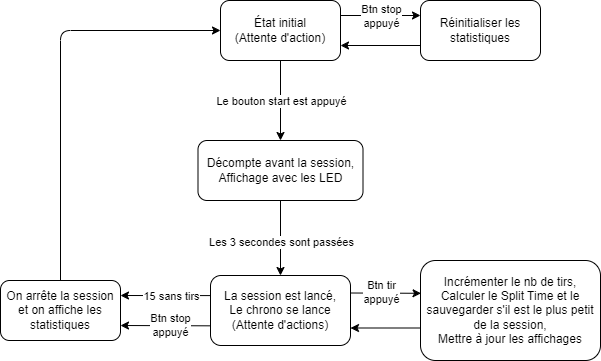
Earlier version of the draw.io export cours/iut/but1/sin/diagram_mini_projet.png (mateis-rgb/learning). Source tidied: cells renumbered, new cells last; positions are measured from the earlier drawing's top-left corner, leaving out a move shared by most shapes.
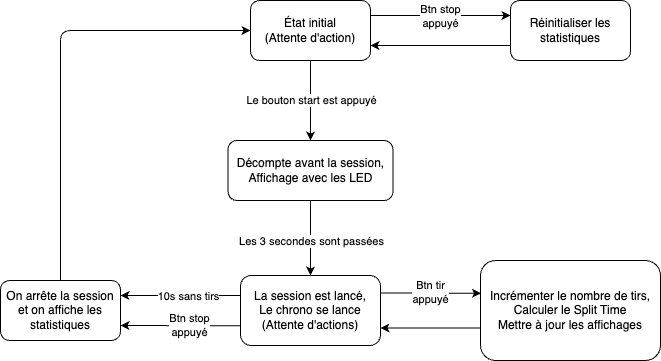
The same file after the commit.

What changed in the source:
```diff
@@ -15,7 +15,7 @@
     </mxCell>
     <mxCell id="5" value="Btn stop &lt;br&gt;appuyé" style="edgeLabel;html=1;align=center;verticalAlign=middle;" parent="4" vertex="1">
       <mxGeometry x="0.34" y="1" relative="1" as="geometry">
-        <mxPoint x="-13" y="1" as="offset" />
+        <mxPoint x="-24" y="1" as="offset" />
       </mxGeometry>
     </mxCell>
     <mxCell id="6" value="État initial&lt;br&gt;(Attente d'action)" style="rounded=1;whiteSpace=wrap;html=1;" parent="1" vertex="1">
@@ -37,13 +37,13 @@
     </mxCell>
     <mxCell id="11" value="Btn tir&lt;br&gt;appuyé" style="edgeLabel;html=1;align=center;verticalAlign=middle;" parent="10" vertex="1">
       <mxGeometry x="-0.48" y="1" relative="1" as="geometry">
-        <mxPoint x="12" as="offset" />
+        <mxPoint x="24" as="offset" />
       </mxGeometry>
     </mxCell>
     <mxCell id="12" style="edgeStyle=none;html=1;exitX=0.001;exitY=0.287;exitDx=0;exitDy=0;entryX=1;entryY=0.25;entryDx=0;entryDy=0;exitPerimeter=0;" parent="1" edge="1" source="16" target="20">
       <mxGeometry relative="1" as="geometry" />
     </mxCell>
-    <mxCell id="13" value="15 sans tirs" style="edgeLabel;html=1;align=center;verticalAlign=middle;" parent="12" vertex="1">
+    <mxCell id="13" value="10s sans tirs" style="edgeLabel;html=1;align=center;verticalAlign=middle;" parent="12" vertex="1">
       <mxGeometry x="-0.18" relative="1" as="geometry">
         <mxPoint x="-3" as="offset" />
       </mxGeometry>
@@ -62,24 +62,24 @@
     <mxCell id="17" style="edgeStyle=none;html=1;entryX=1;entryY=0.75;entryDx=0;entryDy=0;exitX=0.003;exitY=0.675;exitDx=0;exitDy=0;exitPerimeter=0;" parent="1" edge="1" source="18" target="16">
       <mxGeometry relative="1" as="geometry" />
     </mxCell>
-    <mxCell id="18" value="Incrémenter le nb de tirs,&lt;br&gt;Calculer le Split Time et le sauvegarder s'il est le plus petit de la session,&lt;br&gt;Mettre à jour les affichages" style="whiteSpace=wrap;html=1;rounded=1;" parent="1" vertex="1">
-      <mxGeometry x="420" y="260" width="180" height="100" as="geometry" />
+    <mxCell id="18" value="Incrémenter le nombre de tirs,&lt;br&gt;Calculer le Split Time&lt;br&gt;Mettre à jour les affichages" style="whiteSpace=wrap;html=1;rounded=1;" parent="1" vertex="1">
+      <mxGeometry x="450" y="260" width="180" height="100" as="geometry" />
     </mxCell>
     <mxCell id="19" style="edgeStyle=none;html=1;exitX=0.5;exitY=0;exitDx=0;exitDy=0;entryX=0;entryY=0.5;entryDx=0;entryDy=0;" parent="1" edge="1" source="20" target="6">
       <mxGeometry relative="1" as="geometry">
         <Array as="points">
-          <mxPoint x="60" y="30" />
+          <mxPoint x="30" y="30" />
         </Array>
       </mxGeometry>
     </mxCell>
     <mxCell id="20" value="On arrête la session et on affiche les statistiques" style="whiteSpace=wrap;html=1;rounded=1;" parent="1" vertex="1">
-      <mxGeometry y="280" width="120" height="60" as="geometry" />
+      <mxGeometry x="-30" y="280" width="120" height="60" as="geometry" />
     </mxCell>
     <mxCell id="21" style="edgeStyle=none;html=1;entryX=1;entryY=0.75;entryDx=0;entryDy=0;exitX=0;exitY=0.75;exitDx=0;exitDy=0;" parent="1" edge="1" source="22" target="6">
       <mxGeometry relative="1" as="geometry" />
     </mxCell>
     <mxCell id="22" value="Réinitialiser les statistiques" style="whiteSpace=wrap;html=1;rounded=1;" parent="1" vertex="1">
-      <mxGeometry x="420" width="120" height="60" as="geometry" />
+      <mxGeometry x="480" width="120" height="60" as="geometry" />
     </mxCell>
   </root>
 </mxGraphModel>
```
